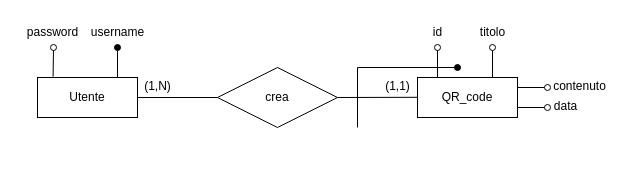
Before: 6_Database/Data_Base.drawio in bianchi-riley/QR_Code_generator, a draw.io diagram. Source tidied: cells renumbered, new cells numbered last; positions are measured from the earlier drawing's top-left corner, leaving out a move shared by most shapes. Both pictures are drawn from the tidied source at 100%, with x=0, y=0 at pixel (17, 17).
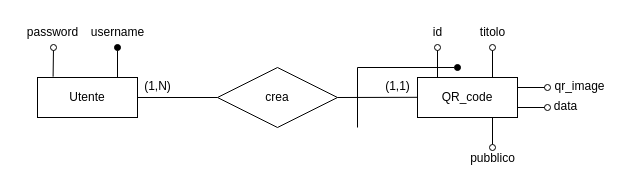
After the change.

Unchanged cells that the change refers to:
```xml
<mxCell id="3" value="QR_code" style="whiteSpace=wrap;html=1;align=center;" parent="1" vertex="1">
  <mxGeometry x="400" y="60" width="100" height="40" as="geometry" />
</mxCell>
```

The edit, as a diff of the source:
```diff
@@
-    <mxCell id="12" value="contenuto" style="text;html=1;align=center;verticalAlign=middle;" parent="1" vertex="1">
-      <mxGeometry x="522" y="54" width="80" height="30" as="geometry" />
+    <mxCell id="12" value="qr_image" style="text;html=1;align=center;verticalAlign=middle;" parent="1" vertex="1">
+      <mxGeometry x="527" y="54" width="70" height="30" as="geometry" />
     </mxCell>
@@
+    <mxCell id="22" style="edgeStyle=orthogonalEdgeStyle;rounded=0;jettySize=auto;html=1;exitX=0.75;exitY=1;exitDx=0;exitDy=0;endArrow=oval;endFill=0;fillColor=#000000;" parent="1" edge="1" source="3">
+      <mxGeometry relative="1" as="geometry">
+        <mxPoint x="475" y="130" as="targetPoint" />
+      </mxGeometry>
+    </mxCell>
+    <mxCell id="23" value="pubblico" style="text;html=1;align=center;verticalAlign=middle;" parent="1" vertex="1">
+      <mxGeometry x="440" y="126" width="70" height="30" as="geometry" />
+    </mxCell>
```
